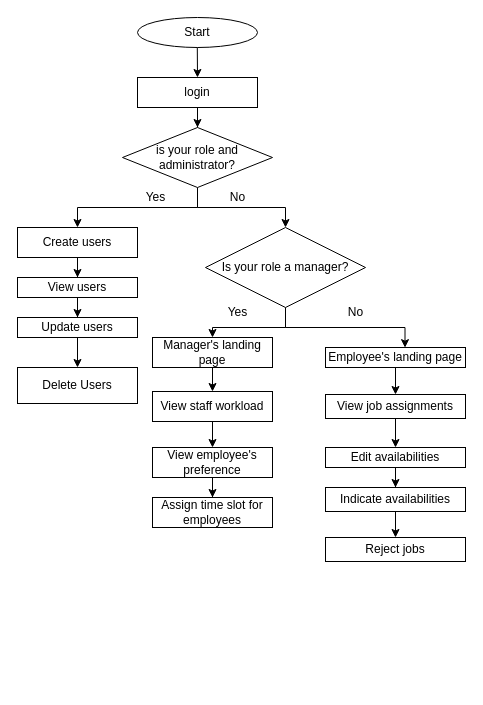
Above: ICT2201 flowchart.drawio in jevancjk/ICT2201-P1-4 (draw.io), before the change. Source tidied: cells renumbered, new cells numbered last; positions are measured from the earlier drawing's top-left corner, leaving out a move shared by most shapes. Both pictures are drawn from the tidied source at 100%, with x=0, y=0 at pixel (17, 17).
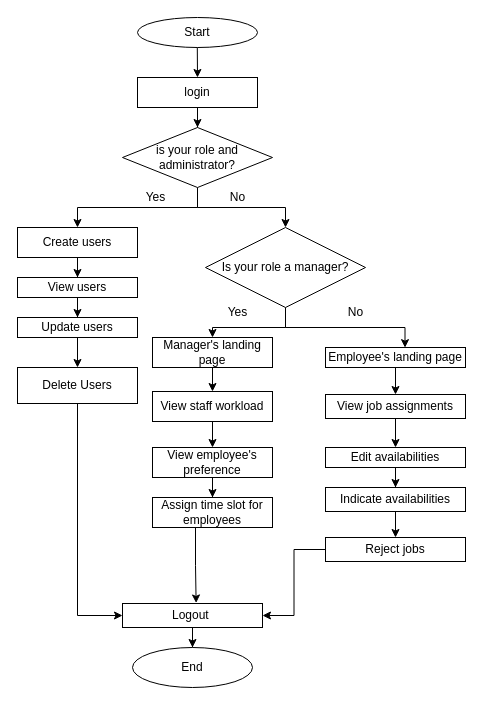
The same page after the edit.

The change refers to these unchanged cells:
```xml
<mxCell id="18" value="Delete Users" style="rounded=0;whiteSpace=wrap;html=1;" parent="1" vertex="1">
  <mxGeometry y="350" width="120" height="36" as="geometry" />
</mxCell>
<mxCell id="25" value="Assign time slot for employees" style="rounded=0;whiteSpace=wrap;html=1;" parent="1" vertex="1">
  <mxGeometry x="135" y="480" width="120" height="30" as="geometry" />
</mxCell>
<mxCell id="34" value="Reject jobs" style="rounded=0;whiteSpace=wrap;html=1;" parent="1" vertex="1">
  <mxGeometry x="308" y="520" width="140" height="24" as="geometry" />
</mxCell>
```

What changed in the source:
```diff
@@
+    <mxCell id="39" style="edgeStyle=orthogonalEdgeStyle;rounded=0;jettySize=auto;html=1;" parent="1" edge="1" source="18" target="43">
+      <mxGeometry relative="1" as="geometry">
+        <Array as="points">
+          <mxPoint x="60" y="598" />
+        </Array>
+      </mxGeometry>
+    </mxCell>
@@
+    <mxCell id="40" style="edgeStyle=orthogonalEdgeStyle;rounded=0;jettySize=auto;html=1;entryX=0.526;entryY=-0.022;entryDx=0;entryDy=0;entryPerimeter=0;" parent="1" edge="1" source="25" target="43">
+      <mxGeometry relative="1" as="geometry">
+        <Array as="points">
+          <mxPoint x="178" y="548" />
+          <mxPoint x="179" y="548" />
+        </Array>
+      </mxGeometry>
+    </mxCell>
@@
+    <mxCell id="41" style="edgeStyle=orthogonalEdgeStyle;rounded=0;jettySize=auto;html=1;entryX=1;entryY=0.5;entryDx=0;entryDy=0;" parent="1" edge="1" source="34" target="43">
+      <mxGeometry relative="1" as="geometry" />
+    </mxCell>
@@
+    <mxCell id="42" style="edgeStyle=orthogonalEdgeStyle;rounded=0;jettySize=auto;html=1;entryX=0.5;entryY=0;entryDx=0;entryDy=0;" parent="1" edge="1" source="43" target="44">
+      <mxGeometry relative="1" as="geometry" />
+    </mxCell>
+    <mxCell id="43" value="Logout&amp;nbsp;" style="rounded=0;whiteSpace=wrap;html=1;" parent="1" vertex="1">
+      <mxGeometry x="105" y="586" width="140" height="24" as="geometry" />
+    </mxCell>
+    <mxCell id="44" value="End" style="ellipse;whiteSpace=wrap;html=1;" parent="1" vertex="1">
+      <mxGeometry x="115" y="630" width="120" height="40" as="geometry" />
+    </mxCell>
```
